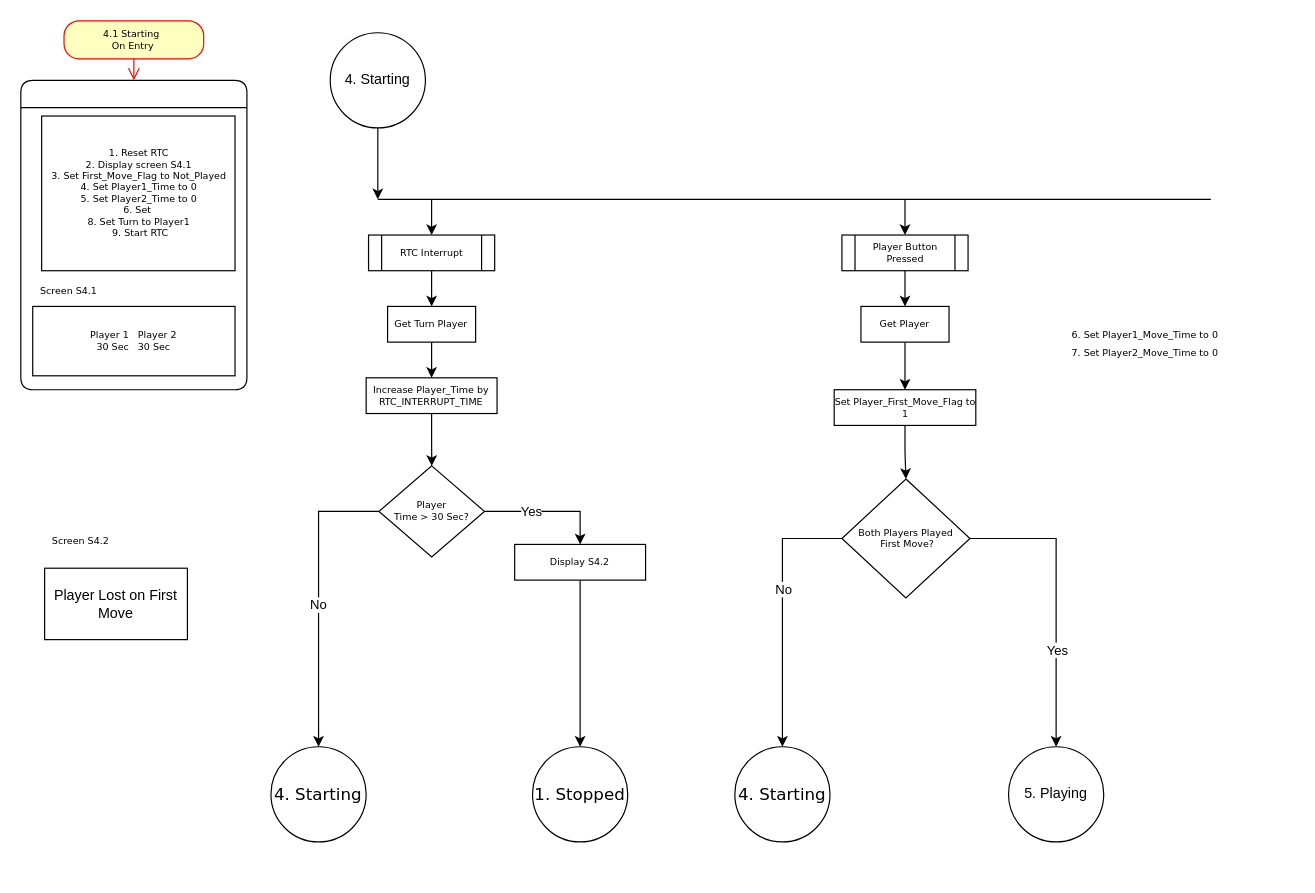
Above: page "4. Starting" (5 of 6) of Chess Clock State Machine.drawio in Eleish98/Chess-Clock (draw.io), before the change. Source tidied: cells renumbered, new cells numbered last; positions are measured from the earlier drawing's top-left corner, leaving out a move shared by most shapes. Both pictures are drawn from the tidied source at 119%, with x=0, y=0 at pixel (20, 20).
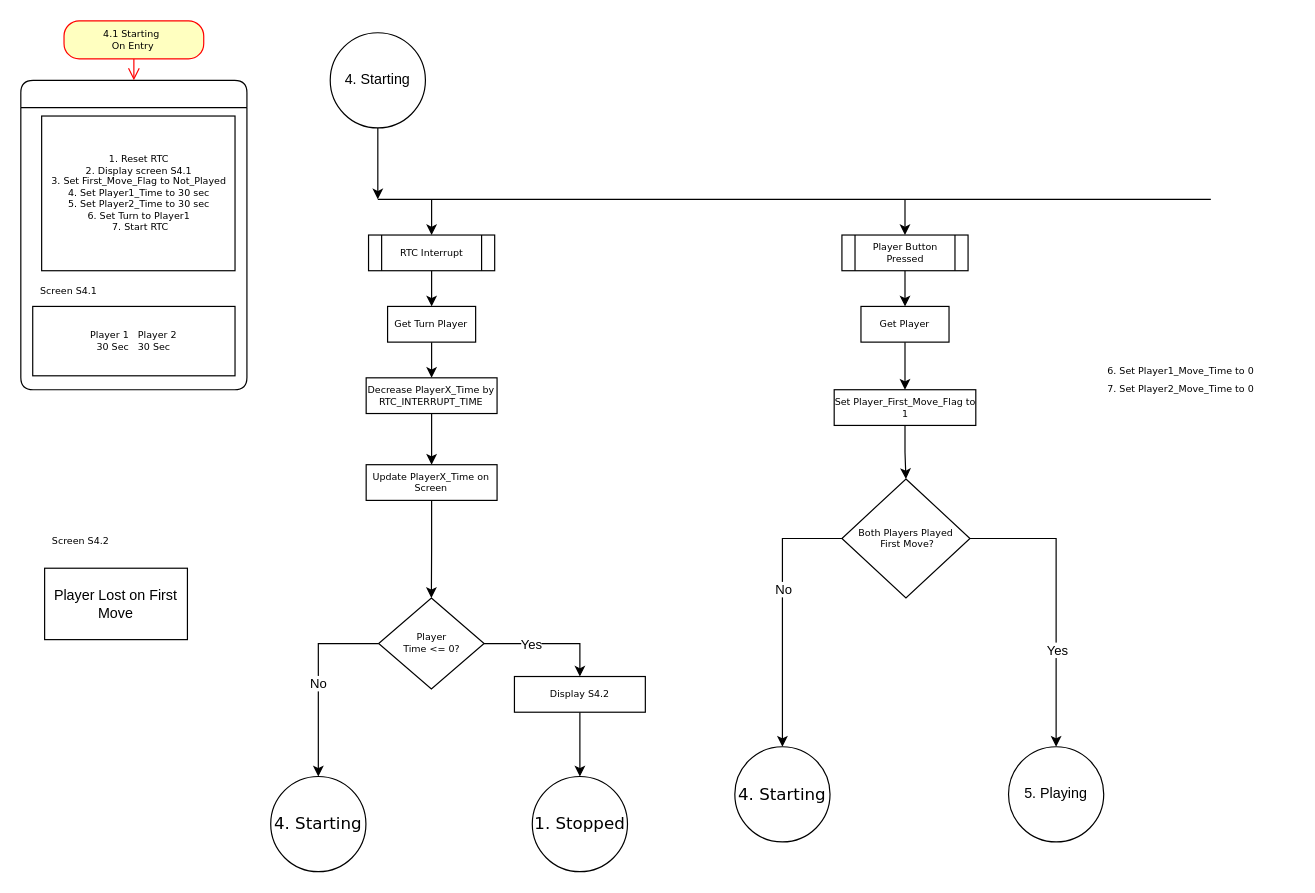
The same page after the edit.

Unchanged cells that the change refers to:
```xml
<mxCell id="3" style="swimlane;fontFamily=Verdana;fontSize=8;rounded=1;spacing=0;" parent="2" vertex="1">
  <mxGeometry y="50" width="190" height="260" as="geometry" />
</mxCell>
```

Diff of the diagram source:
```diff
@@
-    <mxCell id="6" value="1. Reset RTC&#10;2. Display screen S4.1&#10;3. Set First_Move_Flag to Not_Played&#10;4. Set Player1_Time to 0&#10;5. Set Player2_Time to 0&#10;6. Set &#10;8. Set Turn to Player1&#10; 9. Start RTC" style="rounded=0;whiteSpace=wrap;fontFamily=Verdana;fontSize=8;spacing=0;align=center;" parent="3" vertex="1">
+    <mxCell id="6" value="1. Reset RTC&#10;2. Display screen S4.1&#10;3. Set First_Move_Flag to Not_Played&#10;4. Set Player1_Time to 30 sec&#10;5. Set Player2_Time to 30 sec&#10;6. Set Turn to Player1&#10; 7. Start RTC" style="rounded=0;whiteSpace=wrap;fontFamily=Verdana;fontSize=8;spacing=0;align=center;" parent="3" vertex="1">
       <mxGeometry x="17.5" y="30" width="162.5" height="130" as="geometry" />
     </mxCell>
@@
     <mxCell id="15" value="&lt;span style=&quot;font-family: &amp;#34;verdana&amp;#34; ; font-size: 8px&quot;&gt;6. Set Player1_Move_Time to 0&lt;/span&gt;&lt;br style=&quot;padding: 0px ; margin: 0px ; font-family: &amp;#34;verdana&amp;#34; ; font-size: 8px&quot;&gt;&lt;span style=&quot;font-family: &amp;#34;verdana&amp;#34; ; font-size: 8px&quot;&gt;7. Set Player2_Move_Time to 0&lt;/span&gt;" style="text;html=1;strokeColor=none;fillColor=none;align=center;verticalAlign=middle;whiteSpace=wrap;rounded=0;" parent="1" vertex="1">
-      <mxGeometry x="850" y="240" width="190" height="60" as="geometry" />
+      <mxGeometry x="880" y="270" width="190" height="60" as="geometry" />
     </mxCell>
-    <mxCell id="16" style="edgeStyle=orthogonalEdgeStyle;rounded=0;jettySize=auto;html=1;entryX=0.5;entryY=0;entryDx=0;entryDy=0;" parent="1" edge="1" source="17" target="24">
-      <mxGeometry relative="1" as="geometry" />
-    </mxCell>
+    <mxCell id="45" style="edgeStyle=orthogonalEdgeStyle;rounded=0;jettySize=auto;html=1;entryX=0.5;entryY=0;entryDx=0;entryDy=0;" parent="1" edge="1" source="17" target="47">
+      <mxGeometry relative="1" as="geometry" />
+    </mxCell>
-    <mxCell id="17" value="Increase Player_Time by RTC_INTERRUPT_TIME" style="rounded=0;whiteSpace=wrap;html=1;fontSize=8;fontFamily=Verdana;spacing=0;" parent="1" vertex="1">
+    <mxCell id="17" value="Decrease PlayerX_Time by RTC_INTERRUPT_TIME" style="rounded=0;whiteSpace=wrap;html=1;fontSize=8;fontFamily=Verdana;spacing=0;" parent="1" vertex="1">
       <mxGeometry x="290.2" y="300" width="110" height="30" as="geometry" />
     </mxCell>
@@
-    <mxCell id="24" value="Player &lt;br&gt;Time &amp;gt; 30 Sec?" style="rhombus;whiteSpace=wrap;html=1;fontSize=8;fontFamily=Verdana;rounded=0;spacing=0;" parent="1" vertex="1">
-      <mxGeometry x="301" y="374" width="88.6" height="76.5" as="geometry" />
+    <mxCell id="24" value="Player &lt;br&gt;Time &amp;lt;= 0?" style="rhombus;whiteSpace=wrap;html=1;fontSize=8;fontFamily=Verdana;rounded=0;spacing=0;" parent="1" vertex="1">
+      <mxGeometry x="300.7" y="485" width="88.6" height="76.5" as="geometry" />
     </mxCell>
     <mxCell id="25" value="4. Starting" style="ellipse;whiteSpace=wrap;html=1;fontSize=14;fontFamily=Verdana;rounded=1;" parent="1" vertex="1">
-      <mxGeometry x="210.2" y="610" width="80" height="80" as="geometry" />
+      <mxGeometry x="210" y="635" width="80" height="80" as="geometry" />
     </mxCell>
@@
     <mxCell id="27" value="Display S4.2" style="rounded=0;whiteSpace=wrap;html=1;fontSize=8;fontFamily=Verdana;spacing=0;" parent="1" vertex="1">
-      <mxGeometry x="415" y="440" width="110" height="30" as="geometry" />
+      <mxGeometry x="414.8" y="551" width="110" height="30" as="geometry" />
     </mxCell>
     <mxCell id="28" value="1. Stopped" style="ellipse;whiteSpace=wrap;html=1;fontSize=14;fontFamily=Verdana;rounded=1;" parent="1" vertex="1">
-      <mxGeometry x="430" y="610" width="80" height="80" as="geometry" />
+      <mxGeometry x="429.8" y="635" width="80" height="80" as="geometry" />
     </mxCell>
@@
+    <mxCell id="46" style="edgeStyle=orthogonalEdgeStyle;rounded=0;jettySize=auto;html=1;entryX=0.5;entryY=0;entryDx=0;entryDy=0;" parent="1" edge="1" source="47" target="24">
+      <mxGeometry relative="1" as="geometry" />
+    </mxCell>
+    <mxCell id="47" value="Update PlayerX_Time on Screen" style="rounded=0;whiteSpace=wrap;html=1;fontSize=8;fontFamily=Verdana;spacing=0;" parent="1" vertex="1">
+      <mxGeometry x="290.2" y="373" width="110" height="30" as="geometry" />
+    </mxCell>
```
